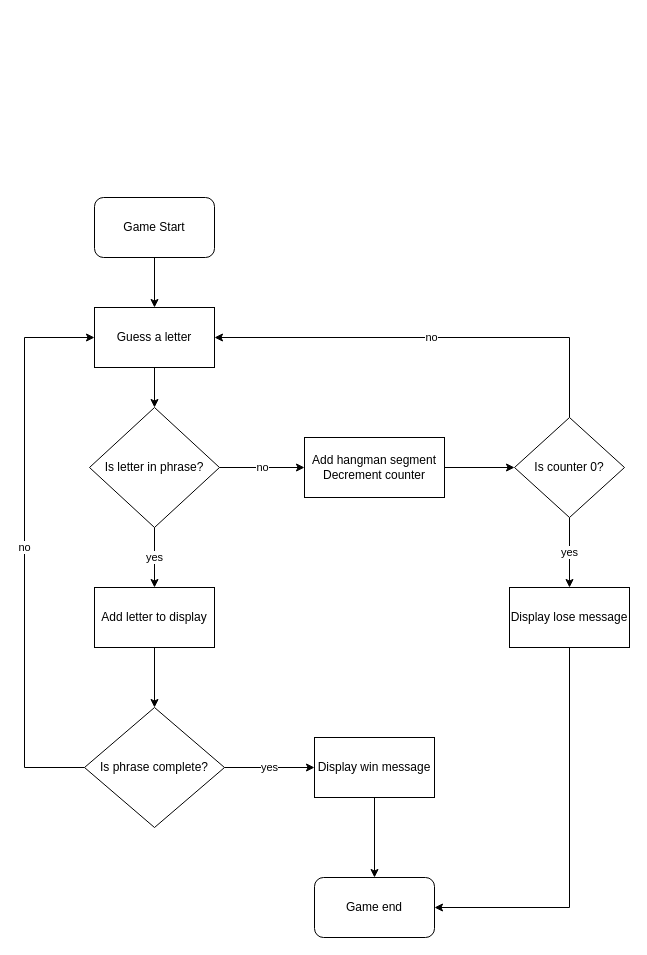
Earlier version of the draw.io diagram d7-hangman.drawio (srmcnutt/100DaysOfCode). Source tidied: cells renumbered, new cells numbered last; positions are measured from the earlier drawing's top-left corner, leaving out a move shared by most shapes. Both pictures are drawn from the tidied source at 100%, with x=0, y=0 at pixel (24, 197).
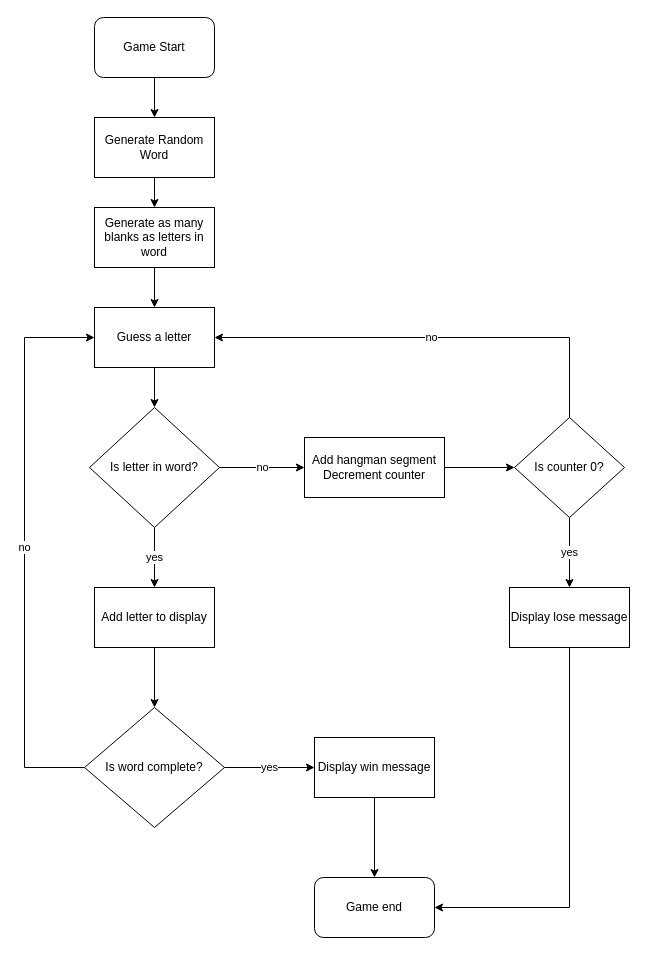
Above is the later version.

Unchanged cells that the change refers to:
```xml
<mxCell id="6" value="Guess a letter" style="rounded=0;whiteSpace=wrap;html=1;" parent="1" vertex="1">
  <mxGeometry x="70" y="110" width="120" height="60" as="geometry" />
</mxCell>
```

The edit, as a diff of the source:
```diff
@@
     <mxCell id="2" value="Game Start" style="rounded=1;whiteSpace=wrap;html=1;" parent="1" vertex="1">
-      <mxGeometry x="70" width="120" height="60" as="geometry" />
+      <mxGeometry x="70" y="-180" width="120" height="60" as="geometry" />
     </mxCell>
-    <mxCell id="3" value="Is letter in phrase?" style="rhombus;whiteSpace=wrap;html=1;" parent="1" vertex="1">
+    <mxCell id="3" value="Is letter in word?" style="rhombus;whiteSpace=wrap;html=1;" parent="1" vertex="1">
       <mxGeometry x="65" y="210" width="130" height="120" as="geometry" />
     </mxCell>
@@
-    <mxCell id="13" value="Is phrase complete?" style="rhombus;whiteSpace=wrap;html=1;" parent="1" vertex="1">
+    <mxCell id="13" value="Is word complete?" style="rhombus;whiteSpace=wrap;html=1;" parent="1" vertex="1">
       <mxGeometry x="60" y="510" width="140" height="120" as="geometry" />
     </mxCell>
@@
-    <mxCell id="15" style="endArrow=classic;html=1;exitX=0.5;exitY=1;exitDx=0;exitDy=0;entryX=0.5;entryY=0;entryDx=0;entryDy=0;" parent="1" edge="1" source="2" target="6">
+    <mxCell id="15" style="endArrow=classic;html=1;exitX=0.5;exitY=1;exitDx=0;exitDy=0;entryX=0.5;entryY=0;entryDx=0;entryDy=0;" parent="1" edge="1" source="2" target="24">
       <mxGeometry relative="1" as="geometry" />
     </mxCell>
@@
+    <mxCell id="24" value="Generate Random Word" style="rounded=0;whiteSpace=wrap;html=1;" parent="1" vertex="1">
+      <mxGeometry x="70" y="-80" width="120" height="60" as="geometry" />
+    </mxCell>
+    <mxCell id="25" value="Generate as many blanks as letters in word" style="rounded=0;whiteSpace=wrap;html=1;" parent="1" vertex="1">
+      <mxGeometry x="70" y="10" width="120" height="60" as="geometry" />
+    </mxCell>
+    <mxCell id="26" style="endArrow=classic;html=1;exitX=0.5;exitY=1;exitDx=0;exitDy=0;" parent="1" edge="1" source="24" target="25">
+      <mxGeometry relative="1" as="geometry" />
+    </mxCell>
+    <mxCell id="27" style="endArrow=classic;html=1;exitX=0.5;exitY=1;exitDx=0;exitDy=0;entryX=0.5;entryY=0;entryDx=0;entryDy=0;" parent="1" edge="1" source="25" target="6">
+      <mxGeometry relative="1" as="geometry" />
+    </mxCell>
```
